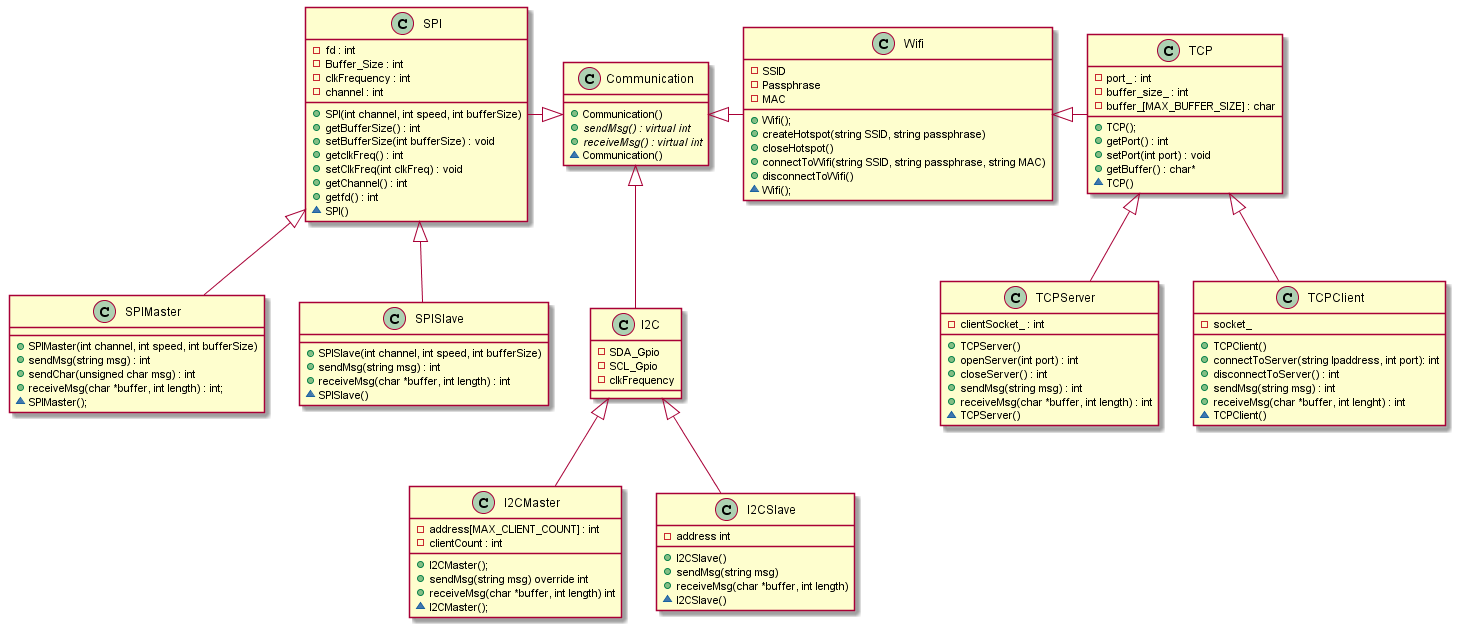
The PlantUML diagram Diagrammer/Robo_Sumo_Battle/Communication/Classes/ComClass/ComClass.png in Solvgraa-mager/E3PRJ3, before a commit.
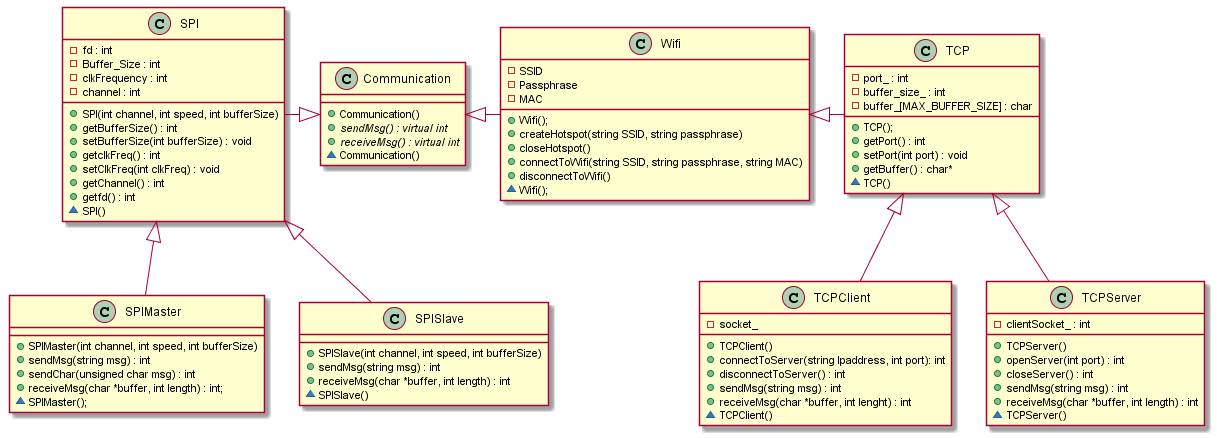
After the change.

The edit, as a diff of the source:
```diff
@@ -73,26 +73,6 @@
 	+receiveMsg(char *buffer, int length) : int
 	~SPISlave()
 }
-class I2C{
-    -SDA_Gpio
-    -SCL_Gpio
-    -clkFrequency
-}
-class I2CMaster{
-    +I2CMaster();
-    +sendMsg(string msg) override int
-	+receiveMsg(char *buffer, int length) int
-    -address[MAX_CLIENT_COUNT] : int
-    ~I2CMaster();
-    -clientCount : int
-}
-class I2CSlave{
-    +I2CSlave()
-    +sendMsg(string msg)
-    +receiveMsg(char *buffer, int length)
-    ~I2CSlave()
-    -address int
-}
 
 Communication <|- Wifi
 Wifi <|- TCP
@@ -101,8 +81,5 @@
 TCP <|--TCPServer
 SPI <|--SPIMaster
 SPI <|--SPISlave
-Communication <|--I2C
-I2C <|-- I2CMaster
-I2C <|-- I2CSlave
 
 @enduml
```
